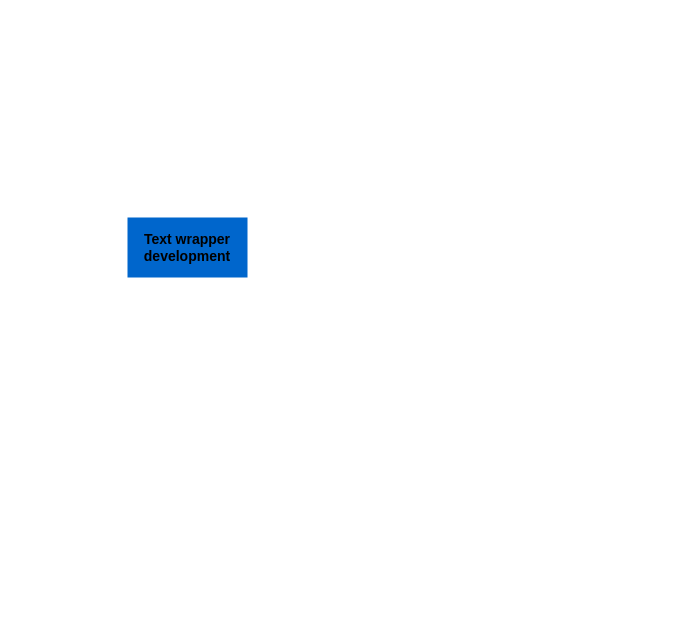
Earlier version of the draw.io diagram assets/app_diagrams/Git_work_flow.drawio (AngelTech90/Russian_words_visualitation). Source tidied: cells renumbered, new cells numbered last; positions are measured from the earlier drawing's top-left corner, leaving out a move shared by most shapes. Both pictures are drawn from the tidied source at 100%, with x=0, y=0 at pixel (127, 217).
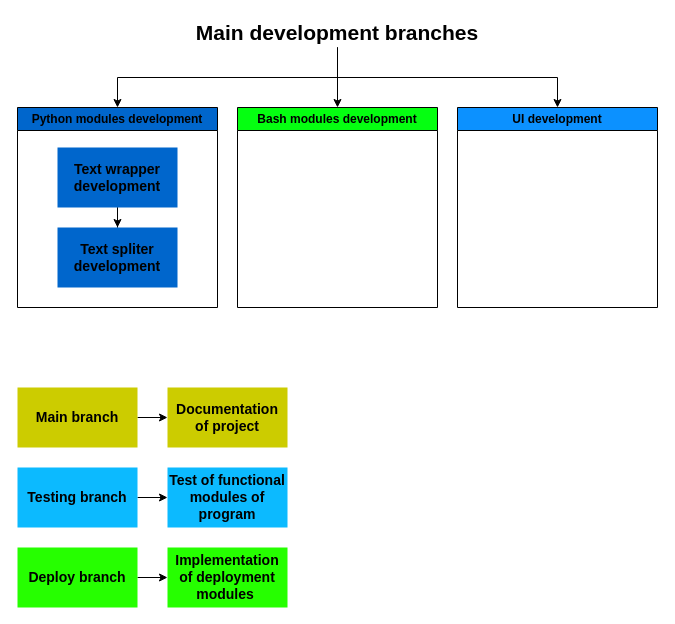
After the change.

Commit message (it also covers changes not shown here):
Python data scrapping module usage and code explaining

Diff of the diagram source:
```diff
@@
+    <mxCell id="3" value="Python modules development" style="swimlane;whiteSpace=wrap;html=1;fillColor=#0066CC;" parent="1" vertex="1">
+      <mxGeometry x="-110" y="-110" width="200" height="200" as="geometry" />
+    </mxCell>
+    <mxCell id="4" style="edgeStyle=orthogonalEdgeStyle;rounded=0;jettySize=auto;html=1;" parent="3" edge="1" source="2" target="5">
+      <mxGeometry relative="1" as="geometry" />
+    </mxCell>
-    <mxCell id="2" value="&lt;b&gt;&lt;font style=&quot;font-size: 14px;&quot;&gt;Text wrapper development&lt;/font&gt;&lt;/b&gt;" style="rounded=0;whiteSpace=wrap;html=1;fillColor=#0066CC;strokeColor=none;" parent="1" vertex="1">
-      <mxGeometry width="120" height="60" as="geometry" />
+    <mxCell id="2" value="&lt;b&gt;&lt;font style=&quot;font-size: 14px;&quot;&gt;Text wrapper development&lt;/font&gt;&lt;/b&gt;" style="rounded=0;whiteSpace=wrap;html=1;fillColor=#0066CC;strokeColor=none;" parent="3" vertex="1">
+      <mxGeometry x="40" y="40" width="120" height="60" as="geometry" />
     </mxCell>
+    <mxCell id="5" value="&lt;b&gt;&lt;font style=&quot;font-size: 14px;&quot;&gt;Text spliter development&lt;/font&gt;&lt;/b&gt;" style="rounded=0;whiteSpace=wrap;html=1;fillColor=#0066CC;strokeColor=none;" parent="3" vertex="1">
+      <mxGeometry x="40" y="120" width="120" height="60" as="geometry" />
+    </mxCell>
+    <mxCell id="6" value="Bash modules development" style="swimlane;whiteSpace=wrap;html=1;fillColor=#05FF11;" parent="1" vertex="1">
+      <mxGeometry x="110" y="-110" width="200" height="200" as="geometry" />
+    </mxCell>
+    <mxCell id="7" style="edgeStyle=orthogonalEdgeStyle;rounded=0;jettySize=auto;html=1;" parent="1" edge="1" source="8" target="20">
+      <mxGeometry relative="1" as="geometry" />
+    </mxCell>
+    <mxCell id="8" value="&lt;span style=&quot;font-size: 14px;&quot;&gt;&lt;b&gt;Deploy branch&lt;/b&gt;&lt;/span&gt;" style="rounded=0;whiteSpace=wrap;html=1;fillColor=#26FF00;strokeColor=none;" parent="1" vertex="1">
+      <mxGeometry x="-110" y="330" width="120" height="60" as="geometry" />
+    </mxCell>
+    <mxCell id="9" style="edgeStyle=orthogonalEdgeStyle;rounded=0;jettySize=auto;html=1;" parent="1" edge="1" source="10" target="18">
+      <mxGeometry relative="1" as="geometry" />
+    </mxCell>
+    <mxCell id="10" value="&lt;span style=&quot;font-size: 14px;&quot;&gt;&lt;b&gt;Testing branch&lt;/b&gt;&lt;/span&gt;" style="rounded=0;whiteSpace=wrap;html=1;fillColor=#0CBAFF;strokeColor=none;" parent="1" vertex="1">
+      <mxGeometry x="-110" y="250" width="120" height="60" as="geometry" />
+    </mxCell>
+    <mxCell id="11" value="UI development" style="swimlane;whiteSpace=wrap;html=1;fillColor=#0C91FF;" parent="1" vertex="1">
+      <mxGeometry x="330" y="-110" width="200" height="200" as="geometry" />
+    </mxCell>
+    <mxCell id="12" style="edgeStyle=orthogonalEdgeStyle;rounded=0;jettySize=auto;html=1;entryX=0.5;entryY=0;entryDx=0;entryDy=0;" parent="1" edge="1" source="15" target="6">
+      <mxGeometry relative="1" as="geometry" />
+    </mxCell>
+    <mxCell id="13" style="edgeStyle=orthogonalEdgeStyle;rounded=0;jettySize=auto;html=1;" parent="1" edge="1" source="15" target="11">
+      <mxGeometry relative="1" as="geometry" />
+    </mxCell>
+    <mxCell id="14" style="edgeStyle=orthogonalEdgeStyle;rounded=0;jettySize=auto;html=1;entryX=0.5;entryY=0;entryDx=0;entryDy=0;" parent="1" edge="1" source="15" target="3">
+      <mxGeometry relative="1" as="geometry" />
+    </mxCell>
+    <mxCell id="15" value="&lt;b&gt;&lt;font style=&quot;font-size: 21px;&quot;&gt;Main development branches&lt;/font&gt;&lt;/b&gt;" style="text;html=1;align=center;verticalAlign=middle;whiteSpace=wrap;rounded=0;" parent="1" vertex="1">
+      <mxGeometry x="50" y="-200" width="320" height="30" as="geometry" />
+    </mxCell>
+    <mxCell id="16" style="edgeStyle=orthogonalEdgeStyle;rounded=0;jettySize=auto;html=1;" parent="1" edge="1" source="17" target="19">
+      <mxGeometry relative="1" as="geometry" />
+    </mxCell>
+    <mxCell id="17" value="&lt;span style=&quot;font-size: 14px;&quot;&gt;&lt;b&gt;Main branch&lt;/b&gt;&lt;/span&gt;" style="rounded=0;whiteSpace=wrap;html=1;fillColor=#CCCC00;strokeColor=none;" parent="1" vertex="1">
+      <mxGeometry x="-110" y="170" width="120" height="60" as="geometry" />
+    </mxCell>
+    <mxCell id="18" value="&lt;span style=&quot;font-size: 14px;&quot;&gt;&lt;b&gt;Test of functional modules of program&lt;/b&gt;&lt;/span&gt;" style="rounded=0;whiteSpace=wrap;html=1;fillColor=#0CBAFF;strokeColor=none;" parent="1" vertex="1">
+      <mxGeometry x="40" y="250" width="120" height="60" as="geometry" />
+    </mxCell>
+    <mxCell id="19" value="&lt;span style=&quot;font-size: 14px;&quot;&gt;&lt;b&gt;Documentation of project&lt;/b&gt;&lt;/span&gt;" style="rounded=0;whiteSpace=wrap;html=1;fillColor=#CCCC00;strokeColor=none;" parent="1" vertex="1">
+      <mxGeometry x="40" y="170" width="120" height="60" as="geometry" />
+    </mxCell>
+    <mxCell id="20" value="&lt;span style=&quot;font-size: 14px;&quot;&gt;&lt;b&gt;Implementation of deployment modules&amp;nbsp;&lt;/b&gt;&lt;/span&gt;" style="rounded=0;whiteSpace=wrap;html=1;fillColor=#26FF00;strokeColor=none;" parent="1" vertex="1">
+      <mxGeometry x="40" y="330" width="120" height="60" as="geometry" />
+    </mxCell>
```
